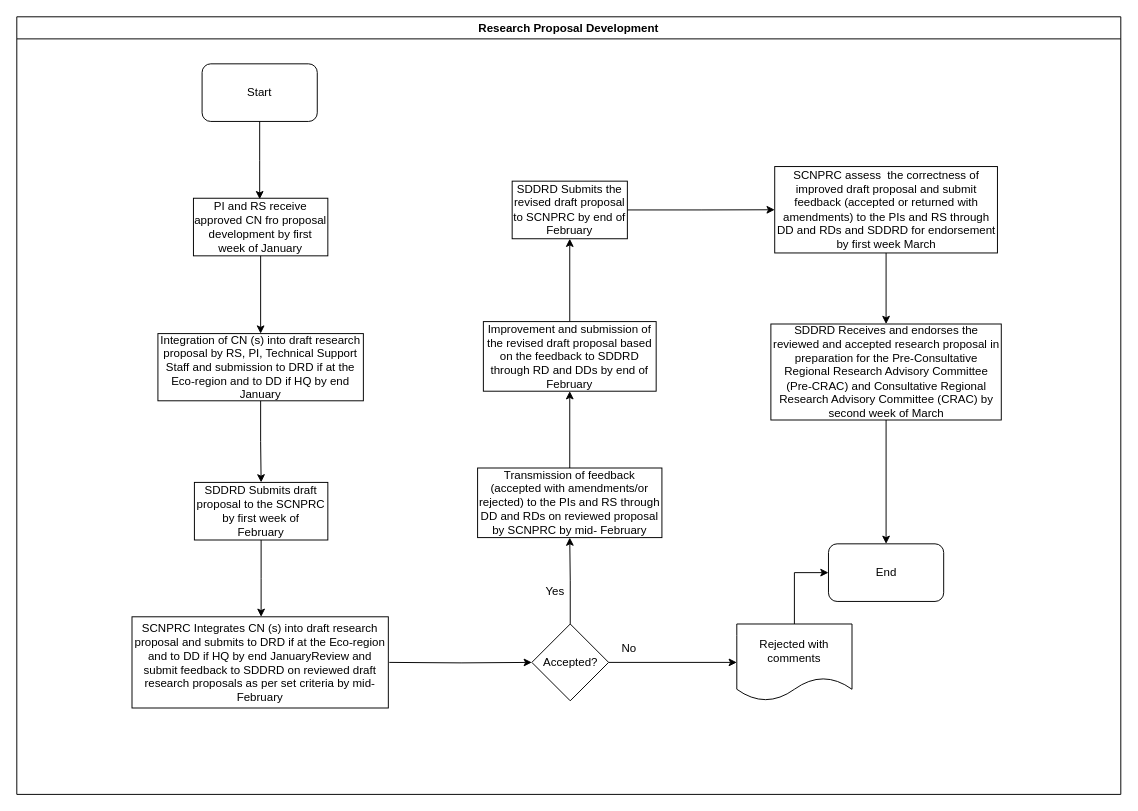
kmagua/flowcharts keeps this draw.io diagram as KEFRI_R&D-Research Proposal Development.drawio. Above is the earlier version. Source tidied: cells renumbered, new cells numbered last; positions are measured from the earlier drawing's top-left corner, leaving out a move shared by most shapes. Both pictures are drawn from the tidied source at 96%, with x=0, y=0 at pixel (16, 16).
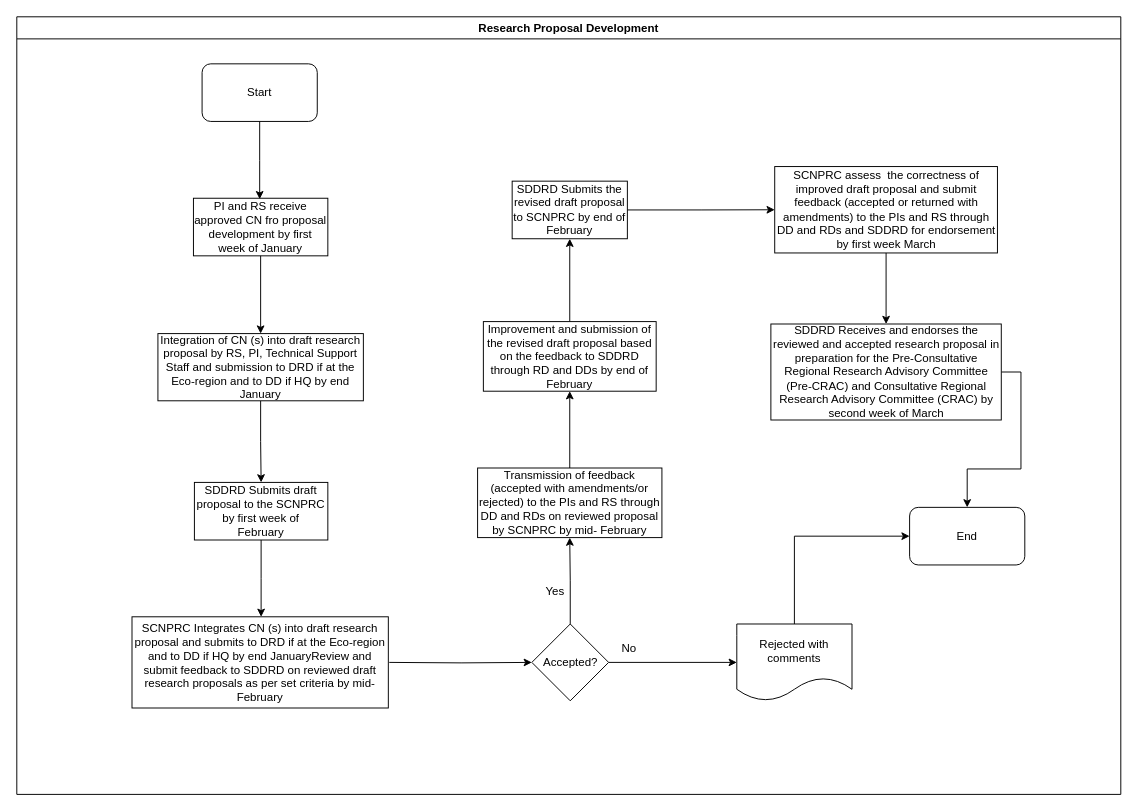
Above is the later version.

Unchanged cells that the change refers to:
```xml
<mxCell id="2" value="Research Proposal Development" style="swimlane;" parent="1" vertex="1">
  <mxGeometry width="1150" height="810" as="geometry" />
</mxCell>
<mxCell id="12" value="SDDRD Receives and endorses the reviewed and accepted research proposal in preparation for the Pre-Consultative Regional Research Advisory Committee (Pre-CRAC) and Consultative Regional Research Advisory Committee (CRAC) by second week of March" style="whiteSpace=wrap;html=1;rounded=0;" parent="2" vertex="1">
  <mxGeometry x="785.5" y="320" width="240" height="100" as="geometry" />
</mxCell>
```

Change to the diagram source:
```diff
@@
     <mxCell id="7" value="End" style="rounded=1;whiteSpace=wrap;html=1;" parent="2" vertex="1">
-      <mxGeometry x="845.5" y="549" width="120" height="60" as="geometry" />
+      <mxGeometry x="930" y="511" width="120" height="60" as="geometry" />
     </mxCell>
@@
-    <mxCell id="11" style="edgeStyle=orthogonalEdgeStyle;rounded=0;jettySize=auto;html=1;entryX=0.5;entryY=0;entryDx=0;entryDy=0;" parent="2" edge="1" source="12" target="7">
-      <mxGeometry relative="1" as="geometry" />
+    <mxCell id="11" style="edgeStyle=orthogonalEdgeStyle;rounded=0;jettySize=auto;html=1;entryX=0.5;entryY=0;entryDx=0;entryDy=0;exitX=1;exitY=0.5;exitDx=0;exitDy=0;" parent="2" edge="1" source="12" target="7">
+      <mxGeometry relative="1" as="geometry">
+        <Array as="points">
+          <mxPoint x="1046" y="370" />
+          <mxPoint x="1046" y="471" />
+          <mxPoint x="990" y="471" />
+        </Array>
+      </mxGeometry>
     </mxCell>
```
